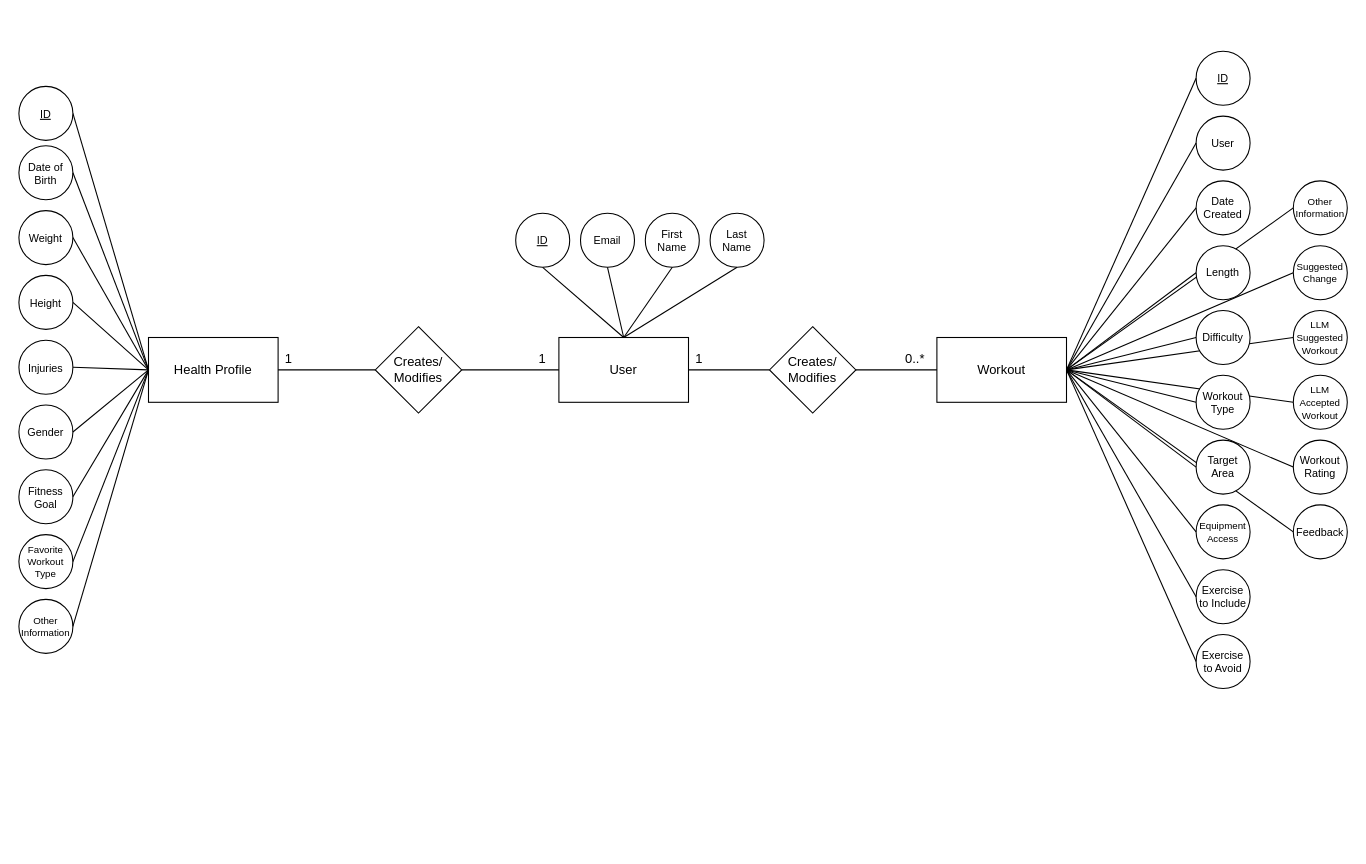
Large-Lifting-Model/documents keeps this draw.io diagram as documents/Diagrams/ER_Diagram.drawio. Above is the earlier version. Source tidied: cells renumbered, new cells numbered last; positions are measured from the earlier drawing's top-left corner, leaving out a move shared by most shapes. Both pictures are drawn from the tidied source at 108%, with x=0, y=0 at pixel (18, 51).
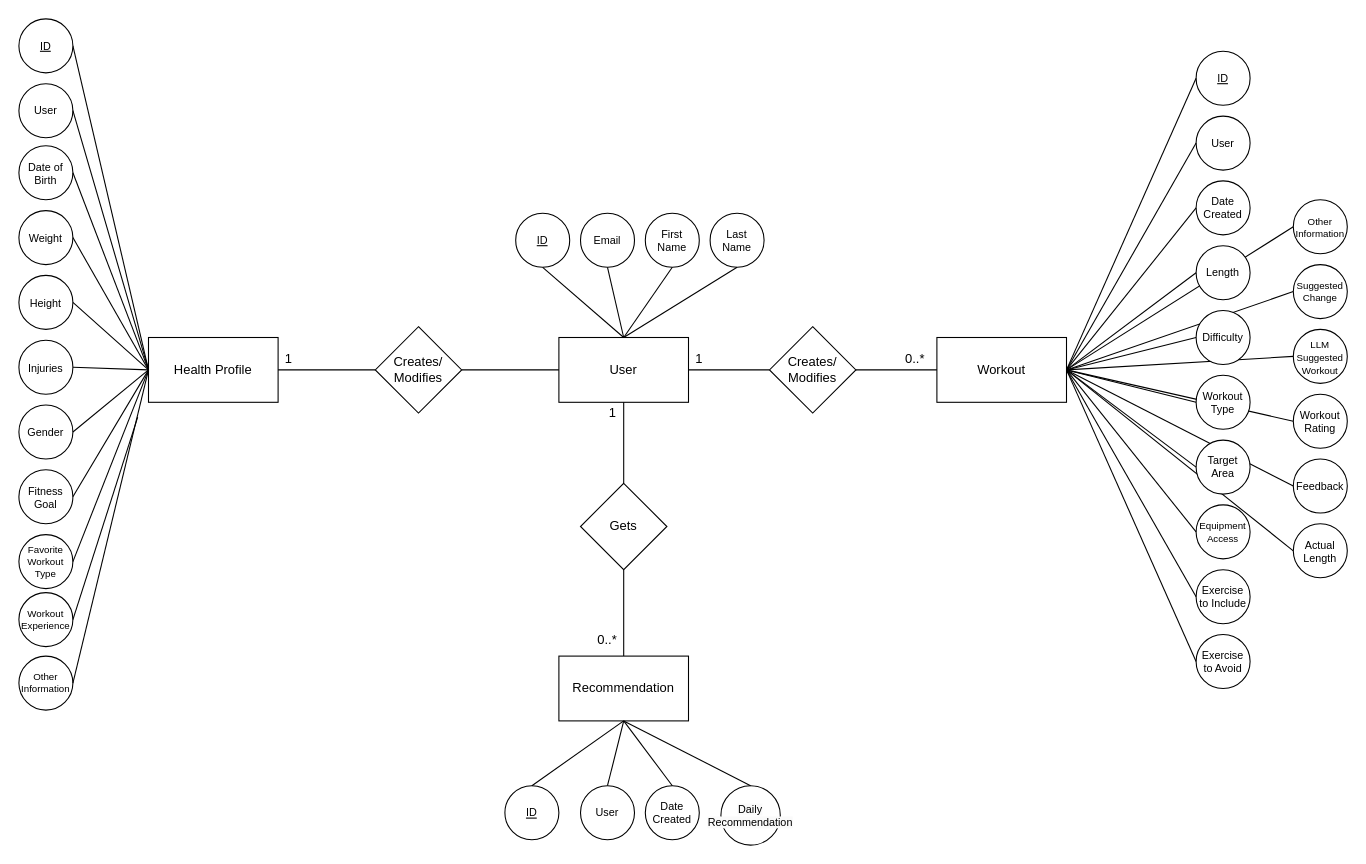
The same page after the edit.

The change refers to these unchanged cells:
```xml
<mxCell id="8" value="User" style="rounded=0;whiteSpace=wrap;html=1;" parent="1" vertex="1">
  <mxGeometry x="500" y="265" width="120" height="60" as="geometry" />
</mxCell>
<mxCell id="9" value="Workout" style="rounded=0;whiteSpace=wrap;html=1;" parent="1" vertex="1">
  <mxGeometry x="850" y="265" width="120" height="60" as="geometry" />
</mxCell>
<mxCell id="57" value="Health Profile" style="rounded=0;whiteSpace=wrap;html=1;" parent="1" vertex="1">
  <mxGeometry x="120" y="265" width="120" height="60" as="geometry" />
</mxCell>
```

What changed in the source:
```diff
@@
+    <mxCell id="73" style="endArrow=none;html=1;rounded=0;entryX=0;entryY=0.5;entryDx=0;entryDy=0;exitX=1;exitY=0.5;exitDx=0;exitDy=0;" parent="1" edge="1" source="9" target="89">
+      <mxGeometry relative="1" as="geometry" />
+    </mxCell>
@@
-    <mxCell id="5" style="endArrow=none;html=1;rounded=0;entryX=1;entryY=0.5;entryDx=0;entryDy=0;exitX=0;exitY=0.5;exitDx=0;exitDy=0;" parent="1" edge="1" source="68" target="9">
-      <mxGeometry relative="1" as="geometry" />
-    </mxCell>
@@
     <mxCell id="16" value="Other Information" style="ellipse;whiteSpace=wrap;html=1;fontSize=9;fontStyle=0;" parent="1" vertex="1">
-      <mxGeometry y="507.5" width="50" height="50" as="geometry" />
+      <mxGeometry y="560" width="50" height="50" as="geometry" />
     </mxCell>
@@
     <mxCell id="23" value="Feedback" style="ellipse;whiteSpace=wrap;html=1;fontSize=10;fontStyle=0;" parent="1" vertex="1">
-      <mxGeometry x="1180" y="420" width="50" height="50" as="geometry" />
+      <mxGeometry x="1180" y="377.5" width="50" height="50" as="geometry" />
     </mxCell>
     <mxCell id="24" value="Workout Rating" style="ellipse;whiteSpace=wrap;html=1;fontSize=10;fontStyle=0;" parent="1" vertex="1">
-      <mxGeometry x="1180" y="360" width="50" height="50" as="geometry" />
+      <mxGeometry x="1180" y="317.5" width="50" height="50" as="geometry" />
     </mxCell>
     <mxCell id="25" value="&lt;font style=&quot;font-size: 9px;&quot;&gt;LLM Suggested Workout&lt;/font&gt;" style="ellipse;whiteSpace=wrap;html=1;fontSize=10;fontStyle=0;" parent="1" vertex="1">
-      <mxGeometry x="1180" y="240" width="50" height="50" as="geometry" />
+      <mxGeometry x="1180" y="257.5" width="50" height="50" as="geometry" />
     </mxCell>
     <mxCell id="26" value="Suggested Change" style="ellipse;whiteSpace=wrap;html=1;fontSize=9;fontStyle=0;" parent="1" vertex="1">
-      <mxGeometry x="1180" y="180" width="50" height="50" as="geometry" />
+      <mxGeometry x="1180" y="197.5" width="50" height="50" as="geometry" />
     </mxCell>
     <mxCell id="27" value="Other Information" style="ellipse;whiteSpace=wrap;html=1;fontSize=9;fontStyle=0;" parent="1" vertex="1">
-      <mxGeometry x="1180" y="120" width="50" height="50" as="geometry" />
+      <mxGeometry x="1180" y="137.5" width="50" height="50" as="geometry" />
     </mxCell>
@@
     <mxCell id="62" value="ID" style="ellipse;whiteSpace=wrap;html=1;fontSize=10;fontStyle=4;" parent="1" vertex="1">
-      <mxGeometry y="32.5" width="50" height="50" as="geometry" />
+      <mxGeometry y="-30" width="50" height="50" as="geometry" />
     </mxCell>
@@
-    <mxCell id="68" value="&lt;font style=&quot;font-size: 9px;&quot;&gt;LLM Accepted Workout&lt;/font&gt;" style="ellipse;whiteSpace=wrap;html=1;fontSize=10;fontStyle=0;" parent="1" vertex="1">
-      <mxGeometry x="1180" y="300" width="50" height="50" as="geometry" />
-    </mxCell>
@@
     <mxCell id="71" value="1" style="text;html=1;align=center;verticalAlign=middle;whiteSpace=wrap;rounded=0;" parent="1" vertex="1">
-      <mxGeometry x="455" y="270" width="60" height="30" as="geometry" />
+      <mxGeometry x="520" y="320" width="60" height="30" as="geometry" />
     </mxCell>
@@
+    <mxCell id="74" value="Recommendation" style="rounded=0;whiteSpace=wrap;html=1;" parent="1" vertex="1">
+      <mxGeometry x="500" y="560" width="120" height="60" as="geometry" />
+    </mxCell>
+    <mxCell id="75" style="endArrow=none;html=1;rounded=0;entryX=0.5;entryY=1;entryDx=0;entryDy=0;exitX=0.5;exitY=0;exitDx=0;exitDy=0;" parent="1" edge="1" source="76" target="8">
+      <mxGeometry relative="1" as="geometry" />
+    </mxCell>
+    <mxCell id="76" value="Gets" style="rhombus;whiteSpace=wrap;html=1;" parent="1" vertex="1">
+      <mxGeometry x="520" y="400" width="80" height="80" as="geometry" />
+    </mxCell>
+    <mxCell id="77" style="endArrow=none;html=1;rounded=0;exitX=0.5;exitY=1;exitDx=0;exitDy=0;entryX=0.5;entryY=0;entryDx=0;entryDy=0;" parent="1" edge="1" source="76" target="74">
+      <mxGeometry relative="1" as="geometry" />
+    </mxCell>
+    <mxCell id="78" value="0..*" style="text;html=1;align=center;verticalAlign=middle;whiteSpace=wrap;rounded=0;" parent="1" vertex="1">
+      <mxGeometry x="515" y="530" width="60" height="30" as="geometry" />
+    </mxCell>
+    <mxCell id="79" value="ID" style="ellipse;whiteSpace=wrap;html=1;fontSize=10;fontStyle=4;" parent="1" vertex="1">
+      <mxGeometry x="450" y="680" width="50" height="50" as="geometry" />
+    </mxCell>
+    <mxCell id="80" value="&lt;font style=&quot;font-size: 10px; background-color: rgb(250, 250, 250);&quot;&gt;Daily Recommendation&lt;/font&gt;" style="ellipse;whiteSpace=wrap;html=1;fontSize=10;fontStyle=0;" parent="1" vertex="1">
+      <mxGeometry x="650" y="680" width="55" height="55" as="geometry" />
+    </mxCell>
+    <mxCell id="81" value="Date Created" style="ellipse;whiteSpace=wrap;html=1;fontSize=10;fontStyle=0;" parent="1" vertex="1">
+      <mxGeometry x="580" y="680" width="50" height="50" as="geometry" />
+    </mxCell>
+    <mxCell id="82" value="User" style="ellipse;whiteSpace=wrap;html=1;fontSize=10;fontStyle=0;" parent="1" vertex="1">
+      <mxGeometry x="520" y="680" width="50" height="50" as="geometry" />
+    </mxCell>
+    <mxCell id="83" value="User" style="ellipse;whiteSpace=wrap;html=1;fontSize=10;fontStyle=0;" parent="1" vertex="1">
+      <mxGeometry y="30" width="50" height="50" as="geometry" />
+    </mxCell>
+    <mxCell id="84" style="endArrow=none;html=1;rounded=0;exitX=1;exitY=0.5;exitDx=0;exitDy=0;entryX=0;entryY=0.5;entryDx=0;entryDy=0;" parent="1" edge="1" source="83" target="57">
+      <mxGeometry relative="1" as="geometry" />
+    </mxCell>
+    <mxCell id="85" style="endArrow=none;html=1;rounded=0;exitX=0.5;exitY=1;exitDx=0;exitDy=0;entryX=0.5;entryY=0;entryDx=0;entryDy=0;" parent="1" edge="1" source="74" target="79">
+      <mxGeometry relative="1" as="geometry" />
+    </mxCell>
+    <mxCell id="86" style="endArrow=none;html=1;rounded=0;exitX=0.5;exitY=1;exitDx=0;exitDy=0;entryX=0.5;entryY=0;entryDx=0;entryDy=0;" parent="1" edge="1" source="74" target="82">
+      <mxGeometry relative="1" as="geometry" />
+    </mxCell>
+    <mxCell id="87" style="endArrow=none;html=1;rounded=0;exitX=0.5;exitY=1;exitDx=0;exitDy=0;entryX=0.5;entryY=0;entryDx=0;entryDy=0;" parent="1" edge="1" source="74" target="81">
+      <mxGeometry relative="1" as="geometry" />
+    </mxCell>
+    <mxCell id="88" style="endArrow=none;html=1;rounded=0;exitX=0.5;exitY=1;exitDx=0;exitDy=0;entryX=0.5;entryY=0;entryDx=0;entryDy=0;" parent="1" edge="1" source="74" target="80">
+      <mxGeometry relative="1" as="geometry" />
+    </mxCell>
+    <mxCell id="89" value="Actual Length" style="ellipse;whiteSpace=wrap;html=1;fontSize=10;fontStyle=0;" parent="1" vertex="1">
+      <mxGeometry x="1180" y="437.5" width="50" height="50" as="geometry" />
+    </mxCell>
+    <mxCell id="90" value="Workout Experience" style="ellipse;whiteSpace=wrap;html=1;fontSize=9;fontStyle=0;" parent="1" vertex="1">
+      <mxGeometry y="501.2" width="50" height="50" as="geometry" />
+    </mxCell>
+    <mxCell id="91" style="endArrow=none;html=1;rounded=0;entryX=0;entryY=0.5;entryDx=0;entryDy=0;exitX=1;exitY=0.5;exitDx=0;exitDy=0;" parent="1" edge="1" source="90">
+      <mxGeometry relative="1" as="geometry">
+        <mxPoint x="110" y="338.8" as="targetPoint" />
+      </mxGeometry>
+    </mxCell>
```
